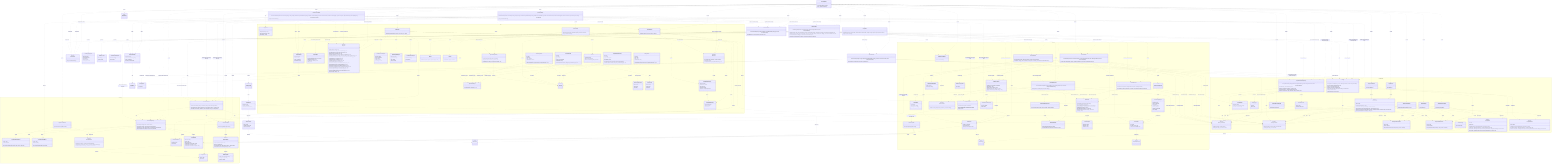
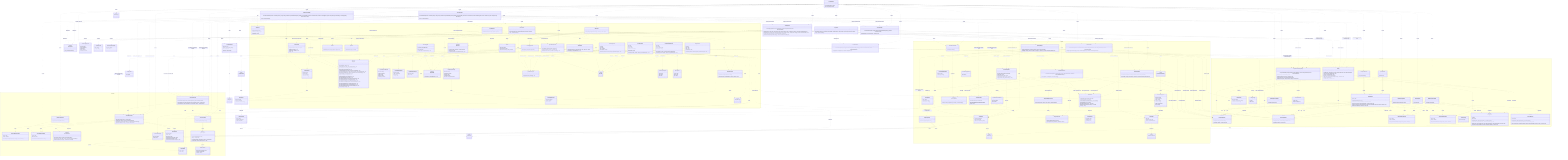
%% Authoritative, system-wide contract chart: every class and every relationship,
%% including the cross-domain interactions between modules.
%% For focused, per-domain views (intra-domain relationships only), see
%% docs/contracts/domains/ (one chart per domain + a README).
classDiagram
  direction TB

  class LicenseWizard {
    +LicenseWizard(args: string[])
    +run() Promise~Answer[]~
  }

  class IWizardMode {
    <<interface>>
    +run() Promise~Answer[]~
  }

  class InteractiveMode {
    +InteractiveMode(licenses: LicenseRepository, config: Config, manifests: ProjectManifestRepository, installer: LicenseInstaller, generator: LicenseGenerator, headers: HeaderApplier, renderer: IRenderer, reporter: IReporter, flags: WizardFlags)
    +run() Promise~Answer[]~
  }

  class NonInteractiveMode {
    +NonInteractiveMode(licenses: LicenseRepository, config: Config, manifests: ProjectManifestRepository, installer: LicenseInstaller, generator: LicenseGenerator, headers: HeaderApplier, reporter: IReporter, flags: WizardFlags, saveTargetByFlag: Record~string, string~)
    +run() Promise~Answer[]~
  }

  class VerifyMode {
    +VerifyMode(verifier: LicenseVerifier, headerVerifier: HeaderVerifier, config: Config, reporter: IReporter, strict: boolean)
    +run() Promise~Answer[]~
  }

  class WizardFlags {
    <<type>>
  }

  class HeaderApplier {
    +HeaderApplier(licenses: LicenseRepository, reader: IFileSystemReader, writer: IFileSystemWriter)
    +apply(licenseId: string, style: HeaderStyle, tokens: Record~string, string~, extraIgnores: string[]) Promise~HeaderApplyReport~
    +preview(licenseId: string, style: HeaderStyle, tokens: Record~string, string~, extraIgnores: string[]) Promise~HeaderPreview | null~
    +remove(extraIgnores: string[]) Promise~HeaderRemovalReport~
    +previewRemoval(extraIgnores: string[]) Promise~HeaderRemovalReport~
  }

  class HeaderApplyReport {
    +licenseId: string
    +style: HeaderStyle
    +total: number
    +written: number
    +unchanged: number
  }

  class HeaderPreview {
    +files: string[]
    +sample: string
  }

  class HeaderRemovalReport {
    +removed: string[]
    +total: number
  }

  class LicenseInstaller {
    +LicenseInstaller(config: Config, manifests: ProjectManifestRepository, generator: LicenseGenerator)
    +install(selection: LicenseSelection) Promise~void~
  }

  class LicenseVerifier {
    +LicenseVerifier(config: Config, manifests: ProjectManifestRepository, generator: LicenseGenerator, reader: IFileSystemReader)
    +verify(options: VerifyOptions) Promise~VerifyOutcome~
  }

  class LicenseSelection {
    +licenseId: string
    +tokens: Record~string, string~
    +save: ConfigSave
    +headers?: HeaderConfig
  }

  class ConfigSave {
    <<union>>
  }

  class VerifyOptions {
    +fix: boolean
  }

  class VerifyOutcome {
    <<union>>
  }

  class VerifyReport {
    +licenseId: string
    +license: DriftStatus
    +manifests: ManifestCheck[]
  }

  class ManifestCheck {
    +name: string
    +declared: string | null
    +status: DriftStatus
  }

  class DriftStatus {
    <<union>>
  }

  namespace CLI {
    class FlagParser {
      +FlagParser(flags: object)
      +parse(args: string[]) object
      +formatHelp() string
    }

    class Orchestrator {
      +Orchestrator(repository: QuestionRepository, renderer: IRenderer)
      +run() Promise~Answer[]~
    }

    class IRenderer {
      <<interface>>
      +render(question: Question) Promise~Answer~
      +onCancel() string
      +complete(summary: CompletionSummary) void
    }

    class CompletionSummary {
      +licenseId: string
      +customized: boolean
      +savedTo: string
      +manifests: string[]
      +headers?: CompletionHeaders
    }

    class CompletionHeaders {
      +style: HeaderStyle
      +written: number
      +total: number
    }

    class ProgressBar {
      +ProgressBar(label: string, out?: object)
      +start(total: number) void
      +update(done: number) void
      +stop() void
    }

    class ClackRenderer {
      +ClackRenderer(meta: object, spinner: Spinner)
    }

    class IReporter {
      <<interface>>
      +usage(options: string) void
      +tokens(licenseId: string, slots: TemplateSlot[]) void
      +generated(licenseId: string, savedTo: string) void
      +dryRun(report: DryRunReport) void
      +missingFields(licenseId: string, missing: TemplateSlot[]) void
      +unknownFields(licenseId: string, unknown: string[], slots: TemplateSlot[]) void
      +licenseNotFound(licenseId: string, suggestions: LicenseIndexEntry[]) void
      +verifyMatch(report: VerifyReport) void
      +verifyFixed(report: VerifyReport) void
      +verifyMismatch(report: VerifyReport) void
      +headersNoFiles(licenseId: string) void
      +headersGenerated(report: HeaderGenerateReport) void
      +headersDryRun(report: HeaderDryRunReport) void
      +headersRemoved(report: HeaderRemoveReport) void
      +headersRemoveDryRun(report: HeaderRemoveReport) void
      +headersVerifyMatch(report: HeaderVerifyReport) void
      +headersVerifyFixed(report: HeaderVerifyReport) void
      +headersVerifyMismatch(report: HeaderVerifyReport) void
      +error(message: string) void
    }

    class HeaderGenerateReport {
      +licenseId: string
      +style: HeaderStyle
      +total: number
      +written: number
      +unchanged: number
    }

    class HeaderDryRunReport {
      +licenseId: string
      +style: HeaderStyle
      +files: string[]
      +sample: string
    }

    class HeaderRemoveReport {
      +removed: string[]
      +total: number
    }

    class DryRunReport {
      +licenseId: string
      +content: string
      +save: ConfigSave
      +manifests: string[]
    }

+     class MessageReporter {
+       +MessageReporter(sink: IOutputSink)
+     }
+ 
    class CliReporter {
      +CliReporter(programName: string, out?: object, err?: object)
+     }
+ 
+     class IOutputSink {
+       <<interface>>
+       +emit(message: OutputMessage) void
+     }
+ 
+     class StreamSink {
+       +StreamSink(presenter: ReportPresenter, out?: object, err?: object)
+       +emit(message: OutputMessage) void
+     }
+ 
+     class RecordingSink {
+       +RecordingSink()
+       +emit(message: OutputMessage) void
+       +messages: OutputMessage[]
+     }
+ 
+     class ReportPresenter {
+       +ReportPresenter(programName: string)
+       +present(message: OutputMessage, options: object) string
+     }
+ 
+     class OutputMessage {
+       <<union>>
    }

    class Banner {
      +buildBanner(meta: object, options: object) string
    }

    class Spinner {
      +start(handle: object) Function
    }

    class QuestionRepository {
      +QuestionRepository(questions: Question[])
      +getByIndex(index: number) Question | null
      +insertAt(index: number, questions: Question[]) void
    }

    class QuestionLifecycle {
      +inject(questions: Question[]) void
    }

    class Question {
      <<union>>
    }

    class TextQuestion {
      +id: string
      +text: string
      +type: "text"
      +defaultValue: string
      +onAnswer(answer: Answer, lifecycle: QuestionLifecycle) void
    }

    class ConfirmQuestion {
      +id: string
      +text: string
      +type: "confirm"
      +defaultValue: boolean
      +onAnswer(answer: Answer, lifecycle: QuestionLifecycle) void
    }

    class AutocompleteQuestion {
      +id: string
      +text: string
      +type: "autocomplete"
      +defaultValue: string
      +search(query: string) Promise~AutocompleteOption[]~
      +onAnswer(answer: Answer, lifecycle: QuestionLifecycle) void
    }

    class AutocompleteOption {
      +value: string
      +label: string
      +hint: string
    }

    class SelectQuestion {
      +id: string
      +text: string
      +type: "select"
      +options: SelectOption[]
      +defaultValue: string
      +onAnswer(answer: Answer, lifecycle: QuestionLifecycle) void
    }

    class SelectOption {
      +value: string
      +label: string
      +hint: string
    }

    class Answer {
      +questionId: string
      +value: string | boolean
      +fields: Record~string, string | boolean~
    }
  }

  namespace Licensing {
    class LicenseRepository {
      +LicenseRepository(source: ILicenseSource)
      +search(query: string) Promise~LicenseIndexEntry[]~
      +suggest(query: string, limit: number) Promise~LicenseIndexEntry[]~
      +getLicense(licenseId: string) Promise~LicenseDetail~
    }

    class LicenseRepositoryError {
      +name: string
      +cause: unknown
      +LicenseRepositoryError(message: string, cause?: unknown)
    }

    class LicenseNotFoundError {
      +name: string
      +licenseId: string
      +LicenseNotFoundError(licenseId: string)
    }

    class ILicenseSource {
      <<interface>>
      +search(query: string) Promise~LicenseIndexEntry[]~
      +suggest(query: string, limit: number) Promise~LicenseIndexEntry[]~
      +fetchLicense(licenseId: string) Promise~LicenseDetail~
    }

    class SpdxLicenseSource {
      +SpdxLicenseSource(ttlMs: number)
    }

    class LicenseIndexEntry {
      +licenseId: string
      +name: string
    }

    class LicenseDetail {
      +licenseId: string
      +name: string
      +licenseText: string
      +standardLicenseTemplate?: string
      +standardLicenseHeader?: string
      +standardLicenseHeaderTemplate?: string
    }

    class SpdxTemplate {
      <<abstract>>
      +SpdxTemplate(template: string)
      +slots() TemplateSlot[]
      +resolveSlots(entries: Map~string, string~) SlotResolution
      +render(values: Record~string, string~) string
    }

    class LicenseTemplate {
      +LicenseTemplate(template: string)
    }

    class TemplateSlot {
      +token: string
      +label: string
    }

    class SlotResolution {
      +values: Record~string, string~
      +missing: TemplateSlot[]
      +unknown: string[]
    }

    class LicenseGenerator {
      +LicenseGenerator(repository: LicenseRepository, writer: IFileSystemWriter)
      +generate(licenseId: string, slotValues?: Record~string, string~) Promise~void~
      +render(licenseId: string, slotValues?: Record~string, string~) Promise~string~
    }
  }

  namespace Configuration {
    class IFileSystemReader {
      <<interface>>
      +read(path: string) Promise~string~
      +exists(path: string) Promise~boolean~
    }

    class IFileSystemWriter {
      <<interface>>
      +write(path: string, content: string) Promise~void~
      +delete(path: string) Promise~void~
    }

    class NodeFileSystemReader {
      +NodeFileSystemReader()
    }

    class NodeFileSystemWriter {
      +NodeFileSystemWriter()
    }

    class FileSystemReaderError {
      +name: string
      +cause: unknown
      +FileSystemReaderError(message: string, cause?: unknown)
    }

    class FileSystemWriterError {
      +name: string
      +cause: unknown
      +FileSystemWriterError(message: string, cause?: unknown)
    }

    class WizardConfig {
      +licenseId: string
      +tokens?: Record~string, string~
      +headers?: HeaderConfig
    }

    class HeaderConfig {
      +style: HeaderStyle
    }

    class ConfigTarget {
      +id: string
      +label: string
    }

    class IConfigStore {
      <<interface>>
      +id: string
      +label: string
      +available(reader: IFileSystemReader) Promise~boolean~
      +read(reader: IFileSystemReader) Promise~WizardConfig | null~
      +write(reader: IFileSystemReader, writer: IFileSystemWriter, config: WizardConfig) Promise~void~
      +clear(reader: IFileSystemReader, writer: IFileSystemWriter) Promise~void~
    }

    class RcConfigStore {
      +RcConfigStore()
    }

    class ManifestConfigStore {
      +ManifestConfigStore(fileName: string)
    }

    class Config {
      +Config(stores: IConfigStore[], reader: IFileSystemReader, writer: IFileSystemWriter)
      +read() Promise~WizardConfig | null~
      +source() Promise~string | null~
      +targets() Promise~ConfigTarget[]~
      +write(config: WizardConfig, targetId: string) Promise~void~
      +clear() Promise~void~
      +clearHeaders() Promise~void~
    }

    class IProjectManifest {
      <<interface>>
      +name: string
      +exists(reader: IFileSystemReader) Promise~boolean~
      +readLicense(reader: IFileSystemReader) Promise~string | null~
      +writeLicense(reader: IFileSystemReader, writer: IFileSystemWriter, licenseId: string) Promise~void~
    }

    class JsonManifest {
      <<abstract>>
      +JsonManifest(fileName: string)
      +name: string
      +exists(reader: IFileSystemReader) Promise~boolean~
      +readLicense(reader: IFileSystemReader) Promise~string | null~
      +writeLicense(reader: IFileSystemReader, writer: IFileSystemWriter, licenseId: string) Promise~void~
      #extractLicenseId(value: unknown)* string | null
    }

    class NpmManifest {
      +NpmManifest()
    }

    class ComposerManifest {
      +ComposerManifest()
    }

    class ProjectManifestRepository {
      +ProjectManifestRepository(manifests: IProjectManifest[], reader: IFileSystemReader, writer: IFileSystemWriter)
      +readLicense() Promise~string | null~
      +writeLicense(licenseId: string) Promise~void~
      +declaredLicenses() Promise~ManifestLicense[]~
      +writeLicenseTo(name: string, licenseId: string) Promise~void~
    }

    class ManifestLicense {
      +name: string
      +licenseId: string | null
    }
  }

  namespace Headers {
    class HeaderPlan {
      +detail: LicenseDetail
      +style: HeaderStyle
      +tokens: Record~string, string~
    }

    class HeaderStyle {
      <<union>>
    }

    class HeaderRenderer {
      +HeaderRenderer(plan: HeaderPlan)
      +supportsFull(detail: LicenseDetail)$ boolean
      +body() string
    }

    class HeaderTemplate {
      +HeaderTemplate(template: string)
    }

    class HeaderComposer {
      +HeaderComposer(plan: HeaderPlan)
      +fingerprint() string
      +block(extension: string) string
      +hasManaged(content: string) boolean
      +apply(content: string, filePath: string) string
    }

    class SourceFileScanner {
      +SourceFileScanner(walker: IFileTreeWalker, reader: IFileSystemReader, matchers?: GitignoreMatcherFactory)
      +scan(options?: ScanOptions) Promise~string[]~
    }

    class ScanOptions {
      +root?: string
      +extensions?: string[]
      +extraIgnores?: string[]
    }

    class GitignoreMatcher {
      +GitignoreMatcher(patterns: string[])
      +ignores(path: string, isDirectory: boolean) boolean
    }

    class GitignoreMatcherFactory {
      +fromContent(content: string, extra?: string[]) GitignoreMatcher
    }

    class IFileTreeWalker {
      <<interface>>
      +walk(root: string, skipDirectory: Function) Promise~string[]~
    }

    class NodeFileTreeWalker {
      +NodeFileTreeWalker()
    }

    class HeaderInstaller {
      +HeaderInstaller(reader: IFileSystemReader, writer: IFileSystemWriter)
      +install(files: string[], plan: HeaderPlan, onProgress?: Function) Promise~HeaderInstallSummary~
    }

    class HeaderInstallSummary {
      +written: string[]
      +unchanged: string[]
    }

    class SourceFile {
      +SourceFile(content: string, path: string)
      +extensionOf(path: string)$ string
      +commentStyleFor(extension: string)$ CommentStyle
      +hasManagedHeader() boolean
      +withoutManagedHeaders() SourceFile
      +withManagedHeader(block: string) SourceFile
      +toString() string
    }

    class CommentStyle {
      +blockStart: string
      +linePrefix: string
      +blockEnd: string
    }

    class HeaderRemover {
      +HeaderRemover(reader: IFileSystemReader, writer: IFileSystemWriter)
      +remove(files: string[], onProgress?: Function) Promise~HeaderRemoveSummary~
    }

    class HeaderRemoveSummary {
      +removed: string[]
      +total: number
    }

    class HeaderVerifier {
      +HeaderVerifier(scanner: SourceFileScanner, reader: IFileSystemReader, writer: IFileSystemWriter, licenses: LicenseRepository)
      +verify(config: WizardConfig, options: HeaderVerifyOptions) Promise~HeaderVerifyOutcome~
    }

    class HeaderVerifyOptions {
      +fix: boolean
    }

    class HeaderVerifyOutcome {
      <<union>>
    }

    class HeaderVerifyReport {
      +licenseId: string
      +style: HeaderStyle
      +total: number
      +matched: string[]
      +missing: string[]
      +drifted: HeaderDrift[]
      +fixed: string[]
    }

    class HeaderDrift {
      +file: string
      +declares: object | null
      +reason: HeaderDriftReason
    }

    class HeaderDriftReason {
      <<union>>
    }
  }

  TextQuestion ..|> Question : member of
  ConfirmQuestion ..|> Question : member of
  AutocompleteQuestion ..|> Question : member of
  SelectQuestion ..|> Question : member of
  TextQuestion ..> QuestionLifecycle : onAnswer receives
  ConfirmQuestion ..> QuestionLifecycle : onAnswer receives
  AutocompleteQuestion ..> QuestionLifecycle : onAnswer receives
  SelectQuestion ..> QuestionLifecycle : onAnswer receives
  SelectQuestion ..> SelectOption : offers
  Orchestrator ..> QuestionLifecycle : creates
  ClackRenderer ..|> IRenderer : implements
  ClackRenderer ..> Spinner : uses
  ClackRenderer ..> Banner : renders
  IRenderer ..> CompletionSummary : renders
  ClackRenderer ..> CompletionSummary : renders
-   CliReporter ..|> IReporter : implements
-   CliReporter ..> TemplateSlot : renders
-   CliReporter ..> VerifyReport : renders
-   CliReporter ..> DryRunReport : renders
+   MessageReporter ..|> IReporter : implements
+   CliReporter --|> MessageReporter : terminal wiring
+   MessageReporter ..> IOutputSink : emits to
+   MessageReporter ..> OutputMessage : builds
+   StreamSink ..|> IOutputSink : implements
+   RecordingSink ..|> IOutputSink : implements
+   StreamSink ..> ReportPresenter : renders with
+   ReportPresenter ..> OutputMessage : renders
+   CliReporter ..> StreamSink : wires
+   CliReporter ..> ReportPresenter : wires
+   MessageReporter ..> TemplateSlot : reads
+   MessageReporter ..> VerifyReport : reads
+   MessageReporter ..> DryRunReport : reads
  %% Composition root: LicenseWizard parses flags, builds the shared graph, and
  %% delegates each run to one of the three modes through IWizardMode.
  LicenseWizard ..> FlagParser : uses
  LicenseWizard ..> WizardFlags : parses
  LicenseWizard ..> CliReporter : creates
  LicenseWizard ..> IReporter : reports usage through
  LicenseWizard ..> ClackRenderer : creates
  LicenseWizard ..> SpdxLicenseSource : creates
  LicenseWizard ..> LicenseRepository : creates
  LicenseWizard ..> LicenseGenerator : creates
  LicenseWizard ..> LicenseInstaller : creates
  LicenseWizard ..> HeaderApplier : creates
  LicenseWizard ..> LicenseVerifier : creates
  LicenseWizard ..> IWizardMode : delegates the run to
  LicenseWizard ..> InteractiveMode : creates
  LicenseWizard ..> NonInteractiveMode : creates
  LicenseWizard ..> VerifyMode : creates
  InteractiveMode ..|> IWizardMode : implements
  NonInteractiveMode ..|> IWizardMode : implements
  VerifyMode ..|> IWizardMode : implements

  %% Interactive mode: the prompt-driven setup flow.
  InteractiveMode ..> ClackRenderer : renders through
  InteractiveMode ..> IRenderer : reports completion through
  InteractiveMode ..> Orchestrator : creates
  InteractiveMode ..> QuestionRepository : creates
  InteractiveMode ..> LicenseRepository : searches and resolves with
  InteractiveMode ..> LicenseTemplate : creates
  InteractiveMode ..> HeaderRenderer : checks full-header support with
  InteractiveMode ..> LicenseInstaller : applies selection through
  InteractiveMode ..> HeaderApplier : applies headers through
  InteractiveMode ..> LicenseGenerator : renders dry-run preview through
  InteractiveMode ..> Config : reads config and targets from
  InteractiveMode ..> ProjectManifestRepository : reads and reports manifests through
  InteractiveMode ..> IReporter : reports dry-run through
  InteractiveMode ..> LicenseSelection : builds
  InteractiveMode ..> DryRunReport : builds

  %% Non-interactive mode: flag-driven generation, apply-config, and removal.
  NonInteractiveMode ..> LicenseRepository : resolves and suggests with
  NonInteractiveMode ..> LicenseTemplate : creates
  NonInteractiveMode ..> HeaderRenderer : checks full-header support with
  NonInteractiveMode ..> LicenseInstaller : applies selection through
  NonInteractiveMode ..> HeaderApplier : applies headers through
  NonInteractiveMode ..> LicenseGenerator : renders dry-run preview through
  NonInteractiveMode ..> Config : reads config and clears headers through
  NonInteractiveMode ..> ProjectManifestRepository : reports manifests through
  NonInteractiveMode ..> IReporter : reports through
  NonInteractiveMode ..> LicenseSelection : builds
  NonInteractiveMode ..> DryRunReport : builds
  NonInteractiveMode ..> LicenseNotFoundError : handles

  %% Verify mode: LICENSE/manifest and source-header verification.
  VerifyMode ..> LicenseVerifier : verifies through
  VerifyMode ..> HeaderVerifier : verifies headers through
  VerifyMode ..> Config : reads config from
  VerifyMode ..> IReporter : reports through

  LicenseInstaller ..> Config : uses
  LicenseInstaller ..> ProjectManifestRepository : writes selection to
  LicenseInstaller ..> LicenseGenerator : uses
  LicenseInstaller ..> LicenseSelection : applies
  LicenseVerifier ..> Config : reads config from
  LicenseVerifier ..> ProjectManifestRepository : checks and reconciles manifests through
  LicenseVerifier ..> LicenseGenerator : re-renders and rewrites with
  LicenseVerifier ..> IFileSystemReader : reads LICENSE through
  LicenseVerifier ..> VerifyOptions : configured by
  LicenseVerifier ..> VerifyOutcome : returns
  VerifyOutcome ..> VerifyReport : carries
  VerifyReport ..> ManifestCheck : aggregates
  VerifyReport ..> DriftStatus : statuses by
  ManifestCheck ..> DriftStatus : status by
  ProjectManifestRepository ..> ManifestLicense : produces
  LicenseSelection ..> ConfigSave : has
  DryRunReport ..> ConfigSave : carries
  Orchestrator ..> QuestionRepository : gets questions from
  Orchestrator ..> IRenderer : feeds questions to
  ClackRenderer ..> Question : renders
  QuestionRepository ..> Question : produces
  AutocompleteQuestion ..> AutocompleteOption : search produces
  Orchestrator ..> Answer : collects
  SpdxLicenseSource ..|> ILicenseSource : implements
  LicenseRepository ..> ILicenseSource : uses
  LicenseRepository ..> LicenseIndexEntry : produces
  LicenseRepository ..> LicenseDetail : produces
  LicenseRepository ..> LicenseRepositoryError : throws
  LicenseRepository ..> LicenseNotFoundError : throws
  SpdxLicenseSource ..> LicenseNotFoundError : throws
-   CliReporter ..> LicenseIndexEntry : renders
+   MessageReporter ..> LicenseIndexEntry : reads
  LicenseGenerator ..> LicenseRepository : uses
  LicenseGenerator ..> IFileSystemWriter : uses
  LicenseGenerator ..> LicenseTemplate : uses
  LicenseTemplate --|> SpdxTemplate : extends
  HeaderTemplate --|> SpdxTemplate : extends
  SpdxTemplate ..> TemplateSlot : produces
  SpdxTemplate ..> SlotResolution : produces
  NodeFileSystemReader ..|> IFileSystemReader : implements
  NodeFileSystemWriter ..|> IFileSystemWriter : implements
  NodeFileSystemReader ..> FileSystemReaderError : throws
  NodeFileSystemWriter ..> FileSystemWriterError : throws
  Config ..> IConfigStore : coordinates
  Config ..> IFileSystemReader : uses
  Config ..> IFileSystemWriter : uses
  Config ..> WizardConfig : produces
  Config ..> ConfigTarget : produces
  Config ..> FileSystemWriterError : throws
  RcConfigStore ..|> IConfigStore : implements
  ManifestConfigStore ..|> IConfigStore : implements
  RcConfigStore ..> IFileSystemReader : uses
  RcConfigStore ..> IFileSystemWriter : uses
  RcConfigStore ..> FileSystemReaderError : throws
  RcConfigStore ..> FileSystemWriterError : throws
  ManifestConfigStore ..> IFileSystemReader : uses
  ManifestConfigStore ..> IFileSystemWriter : uses
  ManifestConfigStore ..> FileSystemReaderError : throws
  ManifestConfigStore ..> FileSystemWriterError : throws
  JsonManifest ..|> IProjectManifest : implements
  NpmManifest --|> JsonManifest : extends
  ComposerManifest --|> JsonManifest : extends
  JsonManifest ..> IFileSystemReader : uses
  JsonManifest ..> IFileSystemWriter : uses
  JsonManifest ..> FileSystemReaderError : throws
  JsonManifest ..> FileSystemWriterError : throws
  ProjectManifestRepository ..> IProjectManifest : coordinates
  ProjectManifestRepository ..> IFileSystemReader : uses
  ProjectManifestRepository ..> IFileSystemWriter : uses
  LicenseWizard ..> NodeFileSystemReader : creates
  LicenseWizard ..> NodeFileSystemWriter : creates
  LicenseWizard ..> Config : creates
  LicenseWizard ..> RcConfigStore : creates
  LicenseWizard ..> ManifestConfigStore : creates
  LicenseWizard ..> NpmManifest : creates
  LicenseWizard ..> ComposerManifest : creates
  LicenseWizard ..> ProjectManifestRepository : creates
  LicenseWizard ..> HeaderVerifier : creates
  LicenseWizard ..> SourceFileScanner : creates
  LicenseWizard ..> NodeFileTreeWalker : creates
  %% HeaderApplier owns the source-file header surface for both write modes.
  HeaderApplier ..> SourceFileScanner : creates
  HeaderApplier ..> NodeFileTreeWalker : creates
  HeaderApplier ..> HeaderInstaller : creates
  HeaderApplier ..> HeaderInstaller : writes headers through
  HeaderApplier ..> HeaderRemover : creates
  HeaderApplier ..> HeaderRemover : removes headers through
  HeaderApplier ..> SourceFile : previews removal with
  HeaderApplier ..> HeaderComposer : previews header block with
  HeaderApplier ..> ProgressBar : drives header progress with
  HeaderApplier ..> HeaderPlan : builds
  HeaderApplier ..> LicenseRepository : fetches header detail through
  HeaderApplier ..> HeaderApplyReport : produces
  HeaderApplier ..> HeaderPreview : produces
  HeaderApplier ..> HeaderRemovalReport : produces
-   CliReporter ..> HeaderGenerateReport : renders
-   CliReporter ..> HeaderDryRunReport : renders
-   CliReporter ..> HeaderRemoveReport : renders
-   CliReporter ..> HeaderVerifyReport : renders
-   CliReporter ..> HeaderDrift : describes drift from
+   MessageReporter ..> HeaderGenerateReport : reads
+   MessageReporter ..> HeaderDryRunReport : reads
+   MessageReporter ..> HeaderRemoveReport : reads
+   MessageReporter ..> HeaderVerifyReport : reads
+   MessageReporter ..> HeaderDrift : reduces drift from
  HeaderConfig ..> HeaderStyle : style by
  HeaderPlan ..> LicenseDetail : carries
  HeaderPlan ..> HeaderStyle : styled by
  HeaderRenderer ..> HeaderPlan : renders
  HeaderRenderer ..> HeaderTemplate : substitutes header template with
  HeaderComposer ..> HeaderPlan : composes
  HeaderComposer ..> HeaderRenderer : renders body with
  HeaderInstaller ..> HeaderComposer : applies header with
  HeaderInstaller ..> HeaderPlan : applies
  HeaderInstaller ..> IFileSystemReader : reads files through
  HeaderInstaller ..> IFileSystemWriter : writes files through
  HeaderInstaller ..> HeaderInstallSummary : produces
  HeaderRemover ..> SourceFile : strips header through
  HeaderRemover ..> IFileSystemReader : reads files through
  HeaderRemover ..> IFileSystemWriter : writes files through
  HeaderRemover ..> HeaderRemoveSummary : produces
  HeaderComposer ..> SourceFile : places header through
  SourceFile ..> CommentStyle : wraps with
  SourceFileScanner ..> SourceFile : derives extension with
  HeaderVerifier ..> SourceFileScanner : rediscovers files through
  HeaderVerifier ..> HeaderComposer : compares against
  HeaderVerifier ..> LicenseRepository : fetches header detail through
  HeaderVerifier ..> IFileSystemReader : reads files through
  HeaderVerifier ..> IFileSystemWriter : rewrites files through
  HeaderVerifier ..> WizardConfig : verifies against
  HeaderVerifier ..> HeaderVerifyOptions : configured by
  HeaderVerifier ..> HeaderVerifyOutcome : returns
  HeaderVerifyOutcome ..> HeaderVerifyReport : carries
  HeaderVerifyReport ..> HeaderDrift : details drift by
  HeaderDrift ..> HeaderDriftReason : explained by
  HeaderVerifier ..> HeaderDrift : classifies drift into
  SourceFileScanner ..> IFileTreeWalker : walks with
  SourceFileScanner ..> IFileSystemReader : reads .gitignore through
  SourceFileScanner ..> GitignoreMatcherFactory : builds matchers with
  SourceFileScanner ..> GitignoreMatcher : filters with
  SourceFileScanner ..> ScanOptions : configured by
  GitignoreMatcherFactory ..> GitignoreMatcher : creates
  NodeFileTreeWalker ..|> IFileTreeWalker : implements
  ClackRenderer ..> CompletionHeaders : renders
  CompletionSummary ..> CompletionHeaders : carries
